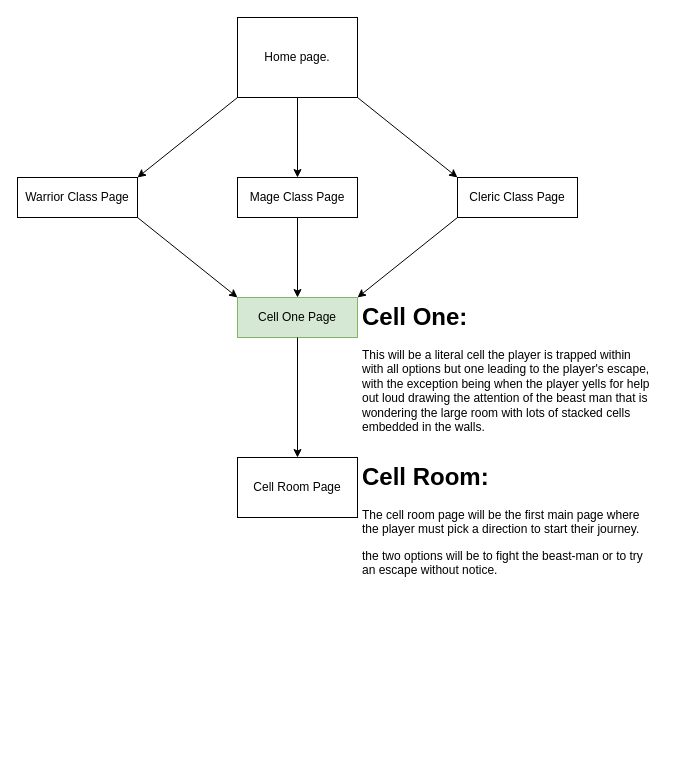
Above: TEST.drawio in andypandy31/Webtech-Assessment1 (draw.io), before the change. Source tidied: cells renumbered, new cells numbered last; positions are measured from the earlier drawing's top-left corner, leaving out a move shared by most shapes. Both pictures are drawn from the tidied source at 100%, with x=0, y=0 at pixel (17, 17).
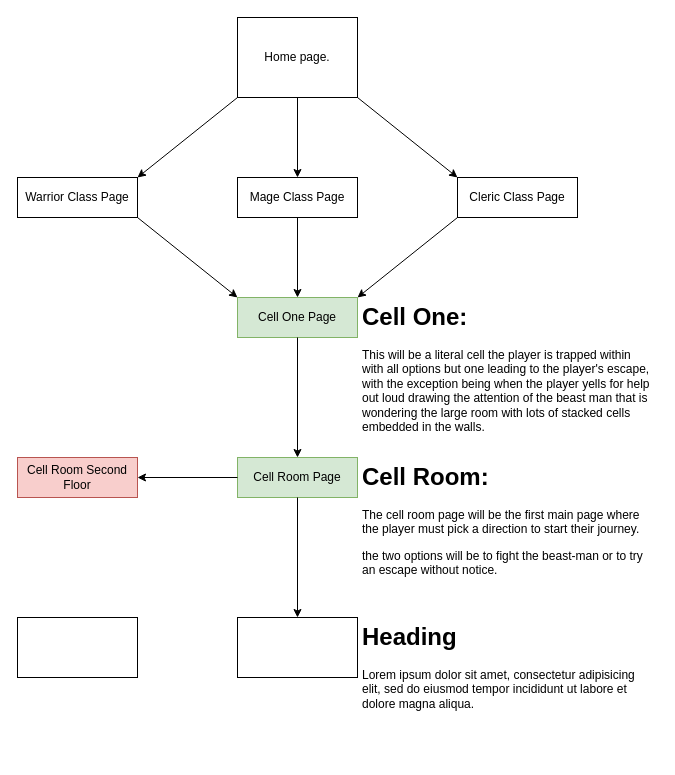
After the change.

What changed in the source:
```diff
@@
-    <mxCell id="15" value="Cell Room Page" style="rounded=0;whiteSpace=wrap;html=1;" parent="1" vertex="1">
-      <mxGeometry x="220" y="440" width="120" height="60" as="geometry" />
+    <mxCell id="15" value="Cell Room Page" style="rounded=0;whiteSpace=wrap;html=1;fillColor=#d5e8d4;strokeColor=#82b366;" parent="1" vertex="1">
+      <mxGeometry x="220" y="440" width="120" height="40" as="geometry" />
     </mxCell>
@@
+    <mxCell id="17" style="endArrow=classic;html=1;rounded=0;exitX=0.5;exitY=1;exitDx=0;exitDy=0;" parent="1" edge="1" source="15">
+      <mxGeometry relative="1" as="geometry">
+        <mxPoint x="280" y="600" as="targetPoint" />
+      </mxGeometry>
+    </mxCell>
+    <mxCell id="18" style="rounded=0;whiteSpace=wrap;html=1;" parent="1" vertex="1">
+      <mxGeometry x="220" y="600" width="120" height="60" as="geometry" />
+    </mxCell>
+    <mxCell id="19" value="&lt;h1&gt;Heading&lt;/h1&gt;&lt;p&gt;Lorem ipsum dolor sit amet, consectetur adipisicing elit, sed do eiusmod tempor incididunt ut labore et dolore magna aliqua.&lt;/p&gt;" style="text;html=1;spacing=5;spacingTop=-20;whiteSpace=wrap;overflow=hidden;rounded=0;" parent="1" vertex="1">
+      <mxGeometry x="340" y="600" width="300" height="140" as="geometry" />
+    </mxCell>
+    <mxCell id="20" style="endArrow=classic;html=1;rounded=0;exitX=0;exitY=0.5;exitDx=0;exitDy=0;" parent="1" edge="1" source="15">
+      <mxGeometry relative="1" as="geometry">
+        <mxPoint x="120" y="460" as="targetPoint" />
+      </mxGeometry>
+    </mxCell>
+    <mxCell id="21" value="Cell Room Second Floor" style="rounded=0;whiteSpace=wrap;html=1;fillColor=#f8cecc;strokeColor=#b85450;" parent="1" vertex="1">
+      <mxGeometry y="440" width="120" height="40" as="geometry" />
+    </mxCell>
+    <mxCell id="22" style="rounded=0;whiteSpace=wrap;html=1;" parent="1" vertex="1">
+      <mxGeometry y="600" width="120" height="60" as="geometry" />
+    </mxCell>
```
